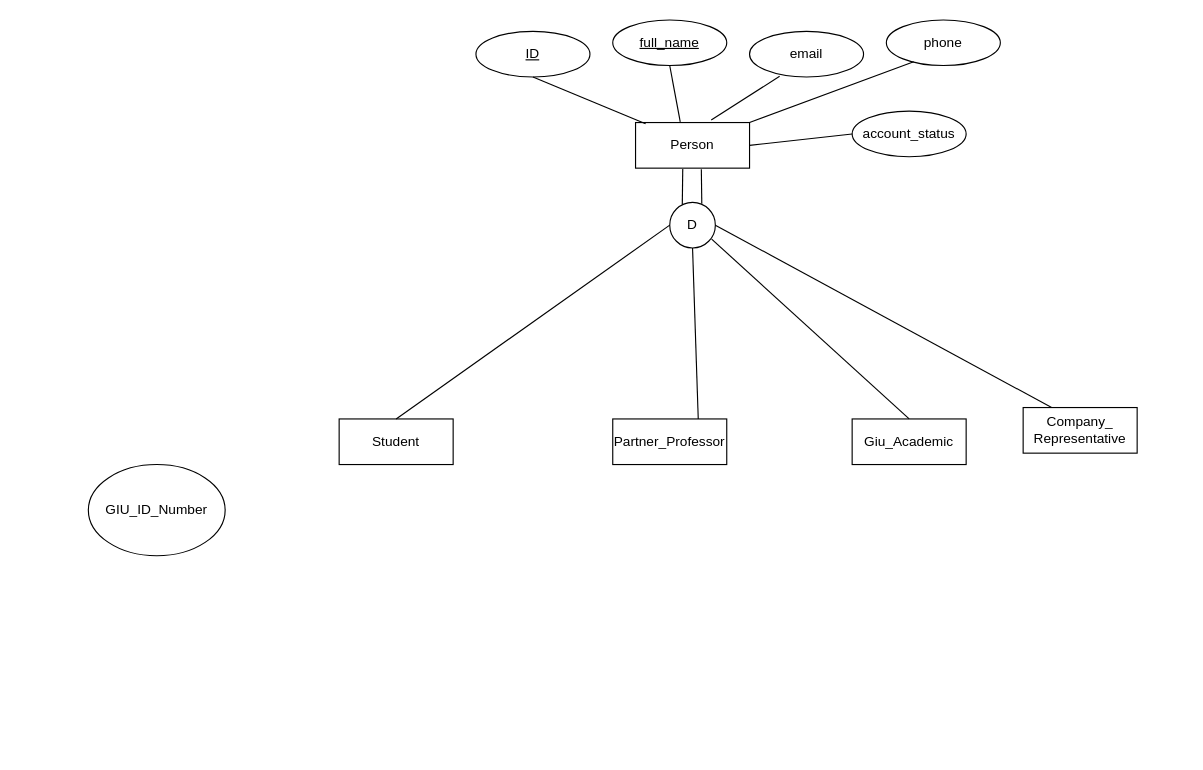
Above: 01_People_Academic.drawio in kniveexe/giu-germany-connect (draw.io), before the change. Source tidied: cells renumbered, new cells numbered last; positions are measured from the earlier drawing's top-left corner, leaving out a move shared by most shapes. Both pictures are drawn from the tidied source at 114%, with x=0, y=0 at pixel (88, 19).
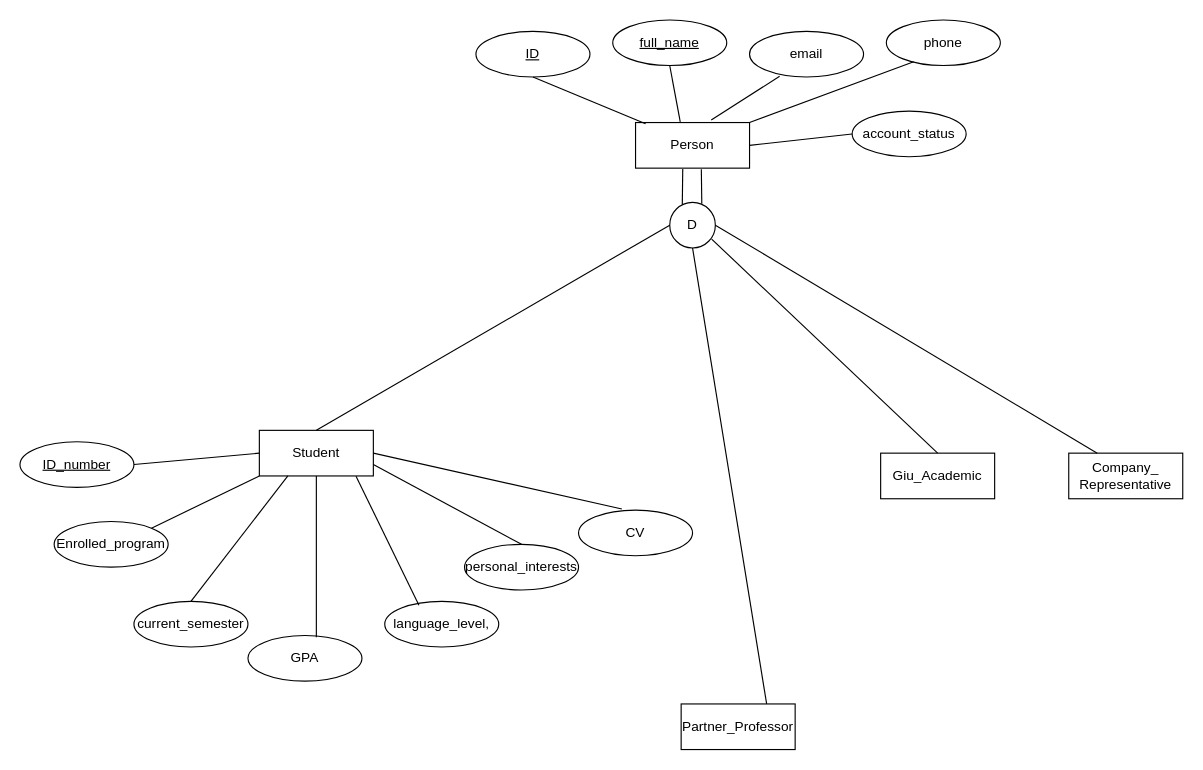
Above is the later version.

Change to the diagram source:
```diff
@@
     <mxCell id="13" value="Student" style="whiteSpace=wrap;html=1;align=center;" parent="1" vertex="1">
-      <mxGeometry x="220" y="350" width="100" height="40" as="geometry" />
+      <mxGeometry x="150" y="360" width="100" height="40" as="geometry" />
     </mxCell>
     <mxCell id="14" value="Giu_Academic" style="whiteSpace=wrap;html=1;align=center;" parent="1" vertex="1">
-      <mxGeometry x="670" y="350" width="100" height="40" as="geometry" />
+      <mxGeometry x="695" y="380" width="100" height="40" as="geometry" />
     </mxCell>
     <mxCell id="15" value="Partner_Professor" style="whiteSpace=wrap;html=1;align=center;" parent="1" vertex="1">
-      <mxGeometry x="460" y="350" width="100" height="40" as="geometry" />
+      <mxGeometry x="520" y="600" width="100" height="40" as="geometry" />
     </mxCell>
     <mxCell id="16" value="Company_ Representative" style="whiteSpace=wrap;html=1;align=center;" parent="1" vertex="1">
-      <mxGeometry x="820" y="340" width="100" height="40" as="geometry" />
+      <mxGeometry x="860" y="380" width="100" height="40" as="geometry" />
     </mxCell>
@@
-    <mxCell id="24" value="GIU_ID_Number" style="ellipse;whiteSpace=wrap;html=1;shapeInside=1;" parent="1" vertex="1">
-      <mxGeometry y="390" width="120" height="80" as="geometry" />
-    </mxCell>
+    <mxCell id="25" style="endArrow=none;html=1;rounded=0;entryX=0;entryY=0.5;entryDx=0;entryDy=0;exitX=1;exitY=0.5;exitDx=0;exitDy=0;" parent="1" edge="1" source="26" target="13">
+      <mxGeometry relative="1" as="geometry" />
+    </mxCell>
+    <mxCell id="26" value="ID_number" style="ellipse;whiteSpace=wrap;html=1;align=center;fontStyle=4;" parent="1" vertex="1">
+      <mxGeometry x="-60" y="370" width="100" height="40" as="geometry" />
+    </mxCell>
+    <mxCell id="27" value="Enrolled_program" style="ellipse;whiteSpace=wrap;html=1;align=center;" parent="1" vertex="1">
+      <mxGeometry x="-30" y="440" width="100" height="40" as="geometry" />
+    </mxCell>
+    <mxCell id="28" value="current_semester" style="ellipse;whiteSpace=wrap;html=1;align=center;" parent="1" vertex="1">
+      <mxGeometry x="40" y="510" width="100" height="40" as="geometry" />
+    </mxCell>
+    <mxCell id="29" value="GPA" style="ellipse;whiteSpace=wrap;html=1;align=center;" parent="1" vertex="1">
+      <mxGeometry x="140" y="540" width="100" height="40" as="geometry" />
+    </mxCell>
+    <mxCell id="30" value="language_level," style="ellipse;whiteSpace=wrap;html=1;align=center;" parent="1" vertex="1">
+      <mxGeometry x="260" y="510" width="100" height="40" as="geometry" />
+    </mxCell>
+    <mxCell id="31" value="personal_interests" style="ellipse;whiteSpace=wrap;html=1;align=center;" parent="1" vertex="1">
+      <mxGeometry x="330" y="460" width="100" height="40" as="geometry" />
+    </mxCell>
+    <mxCell id="32" style="endArrow=none;html=1;rounded=0;exitX=1;exitY=0;exitDx=0;exitDy=0;entryX=0;entryY=1;entryDx=0;entryDy=0;" parent="1" edge="1" source="27" target="13">
+      <mxGeometry relative="1" as="geometry" />
+    </mxCell>
+    <mxCell id="33" style="endArrow=none;html=1;rounded=0;exitX=0.5;exitY=0;exitDx=0;exitDy=0;entryX=0.25;entryY=1;entryDx=0;entryDy=0;" parent="1" edge="1" source="28" target="13">
+      <mxGeometry relative="1" as="geometry" />
+    </mxCell>
+    <mxCell id="34" style="endArrow=none;html=1;rounded=0;exitX=0.5;exitY=1;exitDx=0;exitDy=0;entryX=0.6;entryY=0.035;entryDx=0;entryDy=0;entryPerimeter=0;" parent="1" edge="1" source="13" target="29">
+      <mxGeometry relative="1" as="geometry" />
+    </mxCell>
+    <mxCell id="35" style="endArrow=none;html=1;rounded=0;exitX=0.848;exitY=1.005;exitDx=0;exitDy=0;exitPerimeter=0;entryX=0.3;entryY=0.085;entryDx=0;entryDy=0;entryPerimeter=0;" parent="1" edge="1" source="13" target="30">
+      <mxGeometry relative="1" as="geometry" />
+    </mxCell>
+    <mxCell id="36" style="endArrow=none;html=1;rounded=0;exitX=1;exitY=0.75;exitDx=0;exitDy=0;entryX=0.5;entryY=0;entryDx=0;entryDy=0;" parent="1" edge="1" source="13" target="31">
+      <mxGeometry relative="1" as="geometry" />
+    </mxCell>
+    <mxCell id="37" style="endArrow=none;html=1;rounded=0;exitX=1;exitY=0.5;exitDx=0;exitDy=0;entryX=0.38;entryY=-0.025;entryDx=0;entryDy=0;entryPerimeter=0;" parent="1" edge="1" source="13" target="38">
+      <mxGeometry relative="1" as="geometry" />
+    </mxCell>
+    <mxCell id="38" value="CV" style="ellipse;whiteSpace=wrap;html=1;align=center;" parent="1" vertex="1">
+      <mxGeometry x="430" y="430" width="100" height="40" as="geometry" />
+    </mxCell>
```
